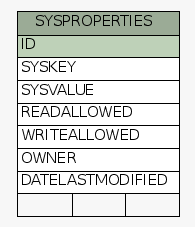
Earlier version of the Graphviz export dictionary/Fishbowl2013.5/diagrams/summary/SYSPROPERTIES.1degree.png (ilopez/FishbowlDataDictionary). Its source is kept beside it as dictionary/Fishbowl2013.5/diagrams/summary/SYSPROPERTIES.1degree.dot.
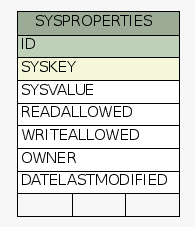
The same diagram one commit later.

What changed in the source:
```diff
@@ -20,7 +20,7 @@
     <TABLE BORDER="0" CELLBORDER="1" CELLSPACING="0" BGCOLOR="#ffffff">
       <TR><TD COLSPAN="3" BGCOLOR="#9bab96" ALIGN="CENTER">SYSPROPERTIES</TD></TR>
       <TR><TD PORT="ID" COLSPAN="3" BGCOLOR="#bed1b8" ALIGN="LEFT">ID</TD></TR>
-      <TR><TD PORT="SYSKEY" COLSPAN="3" ALIGN="LEFT">SYSKEY</TD></TR>
+      <TR><TD PORT="SYSKEY" COLSPAN="3" BGCOLOR="#f4f7da" ALIGN="LEFT">SYSKEY</TD></TR>
       <TR><TD PORT="SYSVALUE" COLSPAN="3" ALIGN="LEFT">SYSVALUE</TD></TR>
       <TR><TD PORT="READALLOWED" COLSPAN="3" ALIGN="LEFT">READALLOWED</TD></TR>
       <TR><TD PORT="WRITEALLOWED" COLSPAN="3" ALIGN="LEFT">WRITEALLOWED</TD></TR>
```
